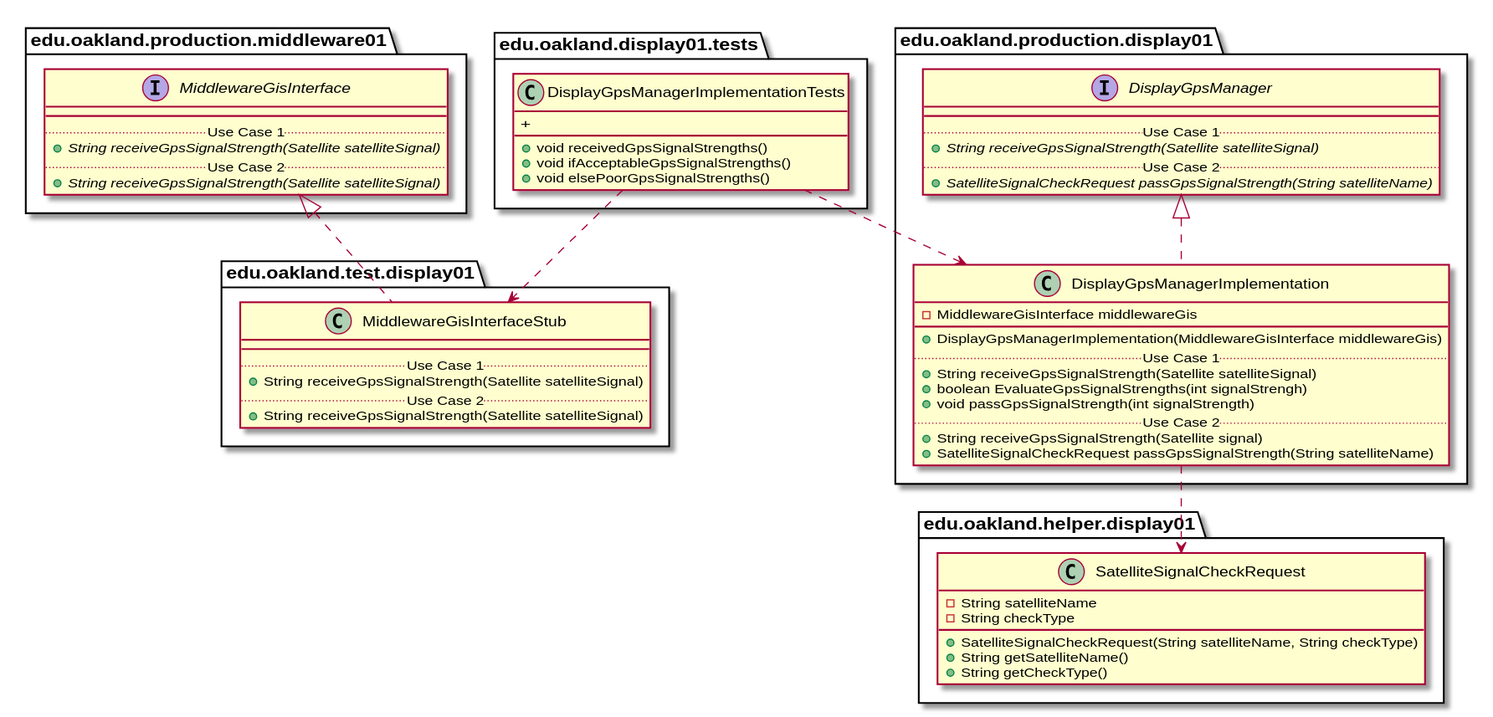
Earlier version of the PlantUML export docs/uml-class-diagrams/display01/test/DisplayGpsManagerImplementationTests/DisplayGpsManagerImplementationTests_Closure.svg (andrewdimmer/csi-3370-software-project).
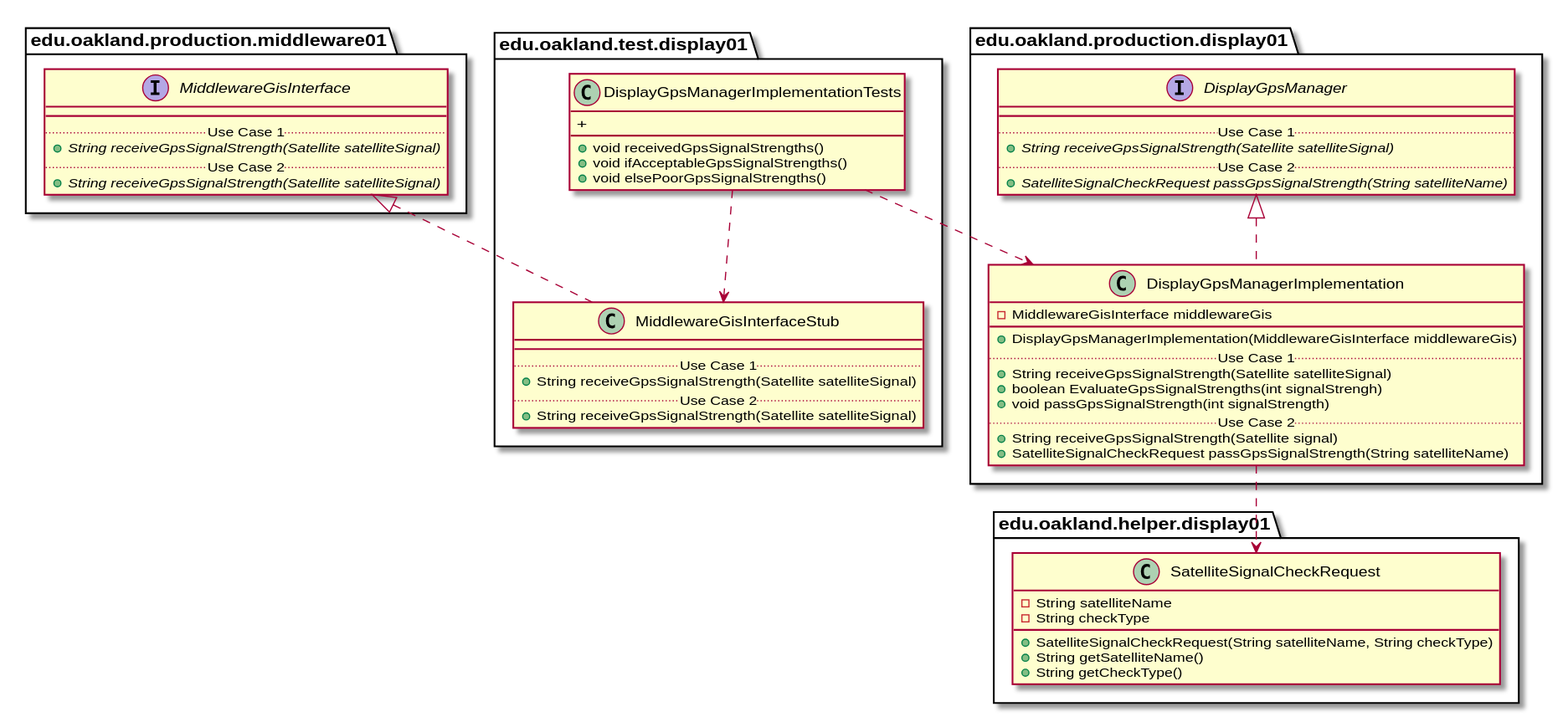
Later version of the same file.

What changed in the source:
```diff
@@ -1,7 +1,7 @@
 @startuml DisplayGpsManagerImplementationTests_Closure
 
 
-package edu.oakland.display01.tests {
+package edu.oakland.test.display01 {
     class DisplayGpsManagerImplementationTests {
         + void receivedGpsSignalStrengths()
         + void ifAcceptableGpsSignalStrengths()
```
